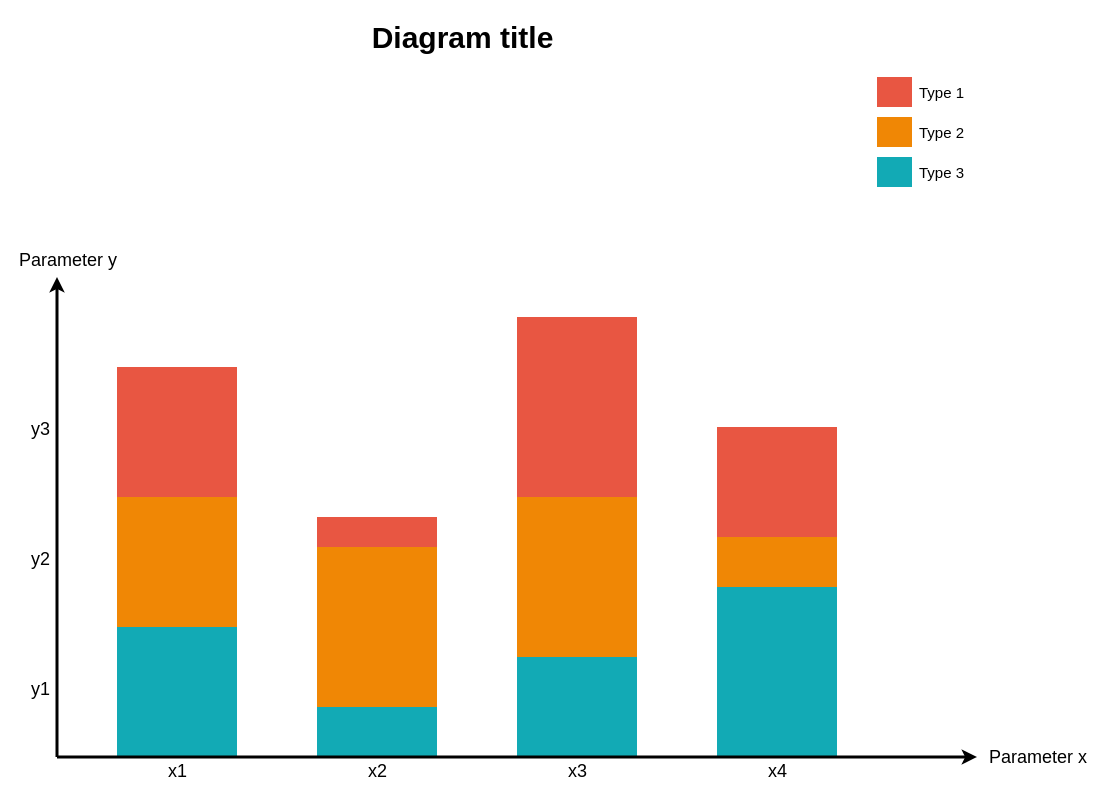
Before: Diagrama sin título.drawio in danielarjones/app-github, a draw.io diagram. Source tidied: cells renumbered, new cells numbered last; positions are measured from the earlier drawing's top-left corner, leaving out a move shared by most shapes. Both pictures are drawn from the tidied source at 100%, with x=0, y=0 at pixel (17, 16).
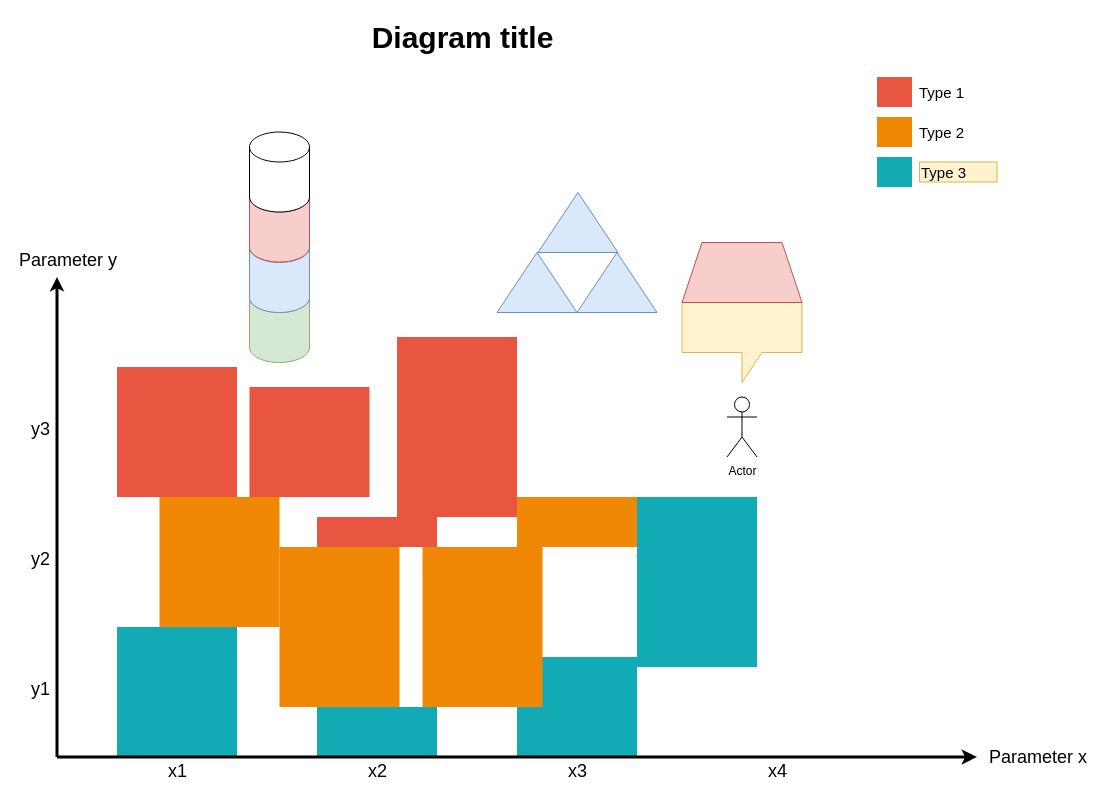
Above is the later version.

The edit, as a diff of the source:
```diff
@@
     <mxCell id="5" style="whiteSpace=wrap;fillColor=#12AAB5;gradientColor=none;gradientDirection=east;strokeColor=none;html=1;fontColor=#23445d;" parent="1" vertex="1">
-      <mxGeometry x="699.5" y="570.5" width="120" height="170" as="geometry" />
+      <mxGeometry x="619.5" y="480.5" width="120" height="170" as="geometry" />
     </mxCell>
-    <mxCell id="6" style="edgeStyle=none;html=1;fontColor=#000000;strokeWidth=3;strokeColor=#000000;" parent="1" edge="1">
+    <mxCell id="6" style="edgeStyle=none;html=1;fontColor=#000000;strokeWidth=3;strokeColor=#000000;endSize=5;" parent="1" edge="1">
       <mxGeometry relative="1" as="geometry">
         <mxPoint x="39.5" y="740.5" as="sourcePoint" />
         <mxPoint x="39.5" y="260.5" as="targetPoint" />
       </mxGeometry>
     </mxCell>
     <mxCell id="7" style="whiteSpace=wrap;fillColor=#F08705;gradientColor=none;gradientDirection=east;strokeColor=none;html=1;fontColor=#23445d;" parent="1" vertex="1">
-      <mxGeometry x="99.5" y="480.5" width="120" height="130" as="geometry" />
+      <mxGeometry x="142" y="480.5" width="120" height="130" as="geometry" />
     </mxCell>
@@
     <mxCell id="9" style="whiteSpace=wrap;fillColor=#F08705;gradientColor=none;gradientDirection=east;strokeColor=none;html=1;fontColor=#23445d;" parent="1" vertex="1">
-      <mxGeometry x="299.5" y="530.5" width="120" height="160" as="geometry" />
+      <mxGeometry x="262" y="530.5" width="120" height="160" as="geometry" />
     </mxCell>
@@
     <mxCell id="11" style="whiteSpace=wrap;fillColor=#F08705;gradientColor=none;gradientDirection=east;strokeColor=none;html=1;fontColor=#23445d;" parent="1" vertex="1">
-      <mxGeometry x="499.5" y="480.5" width="120" height="160" as="geometry" />
+      <mxGeometry x="405" y="530.5" width="120" height="160" as="geometry" />
     </mxCell>
     <mxCell id="12" style="whiteSpace=wrap;fillColor=#E85642;gradientColor=none;gradientDirection=east;strokeColor=none;html=1;fontColor=#23445d;" parent="1" vertex="1">
-      <mxGeometry x="499.5" y="300.5" width="120" height="180" as="geometry" />
+      <mxGeometry x="379.5" y="320.5" width="120" height="180" as="geometry" />
     </mxCell>
@@
-    <mxCell id="23" value="Type 3" style="text;spacingTop=-5;html=1;fontSize=15;" parent="1" vertex="1">
-      <mxGeometry x="899.5" y="145.5" width="80" height="20" as="geometry" />
+    <mxCell id="23" value="Type 3" style="text;spacingTop=-5;html=1;fontSize=15;fillColor=#fff2cc;strokeColor=#d6b656;" parent="1" vertex="1">
+      <mxGeometry x="902" y="145.5" width="77.5" height="20" as="geometry" />
     </mxCell>
@@
     <mxCell id="29" style="whiteSpace=wrap;fillColor=#F08705;gradientColor=none;gradientDirection=east;strokeColor=none;html=1;fontColor=#23445d;" parent="1" vertex="1">
-      <mxGeometry x="699.5" y="520.5" width="120" height="50" as="geometry" />
+      <mxGeometry x="499.5" y="480.5" width="120" height="50" as="geometry" />
     </mxCell>
     <mxCell id="30" style="whiteSpace=wrap;fillColor=#E85642;gradientColor=none;gradientDirection=east;strokeColor=none;html=1;fontColor=#23445d;" parent="1" vertex="1">
-      <mxGeometry x="699.5" y="410.5" width="120" height="110" as="geometry" />
+      <mxGeometry x="232" y="370.5" width="120" height="110" as="geometry" />
     </mxCell>
@@
+    <mxCell id="32" style="shape=cylinder3;whiteSpace=wrap;html=1;boundedLbl=1;backgroundOutline=1;size=15;fillColor=#d5e8d4;strokeColor=#82b366;" parent="1" vertex="1">
+      <mxGeometry x="232" y="266" width="60" height="80" as="geometry" />
+    </mxCell>
+    <mxCell id="33" style="shape=cylinder3;whiteSpace=wrap;html=1;boundedLbl=1;backgroundOutline=1;size=15;fillColor=#dae8fc;strokeColor=#6c8ebf;" parent="1" vertex="1">
+      <mxGeometry x="232" y="216" width="60" height="80" as="geometry" />
+    </mxCell>
+    <mxCell id="34" style="shape=cylinder3;whiteSpace=wrap;html=1;boundedLbl=1;backgroundOutline=1;size=15;fillColor=#f8cecc;strokeColor=#b85450;" parent="1" vertex="1">
+      <mxGeometry x="232" y="165.5" width="60" height="80" as="geometry" />
+    </mxCell>
+    <mxCell id="35" style="shape=cylinder3;whiteSpace=wrap;html=1;boundedLbl=1;backgroundOutline=1;size=15;" parent="1" vertex="1">
+      <mxGeometry x="232" y="115.5" width="60" height="80" as="geometry" />
+    </mxCell>
+    <mxCell id="36" style="group;rotation=-90;" parent="1" vertex="1">
+      <mxGeometry x="499.5" y="156" width="120" height="160" as="geometry" />
+    </mxCell>
+    <mxCell id="37" style="triangle;whiteSpace=wrap;html=1;rotation=-90;fillColor=#dae8fc;strokeColor=#6c8ebf;" parent="36" vertex="1">
+      <mxGeometry x="-10" y="70" width="60" height="80" as="geometry" />
+    </mxCell>
+    <mxCell id="38" style="triangle;whiteSpace=wrap;html=1;rotation=-90;fillColor=#dae8fc;strokeColor=#6c8ebf;" parent="36" vertex="1">
+      <mxGeometry x="70" y="70" width="60" height="80" as="geometry" />
+    </mxCell>
+    <mxCell id="39" style="triangle;whiteSpace=wrap;html=1;rotation=-90;fillColor=#dae8fc;strokeColor=#6c8ebf;" parent="36" vertex="1">
+      <mxGeometry x="31" y="10" width="60" height="80" as="geometry" />
+    </mxCell>
+    <mxCell id="40" style="shape=callout;whiteSpace=wrap;html=1;perimeter=calloutPerimeter;fillColor=#fff2cc;strokeColor=#d6b656;" parent="1" vertex="1">
+      <mxGeometry x="664.5" y="286" width="120" height="80" as="geometry" />
+    </mxCell>
+    <mxCell id="41" value="Actor" style="shape=umlActor;verticalLabelPosition=bottom;verticalAlign=top;html=1;" parent="1" vertex="1">
+      <mxGeometry x="709.5" y="380.5" width="30" height="60" as="geometry" />
+    </mxCell>
+    <mxCell id="42" style="shape=trapezoid;perimeter=trapezoidPerimeter;whiteSpace=wrap;html=1;fixedSize=1;fillColor=#f8cecc;strokeColor=#b85450;" parent="1" vertex="1">
+      <mxGeometry x="664.5" y="226" width="120" height="60" as="geometry" />
+    </mxCell>
```
